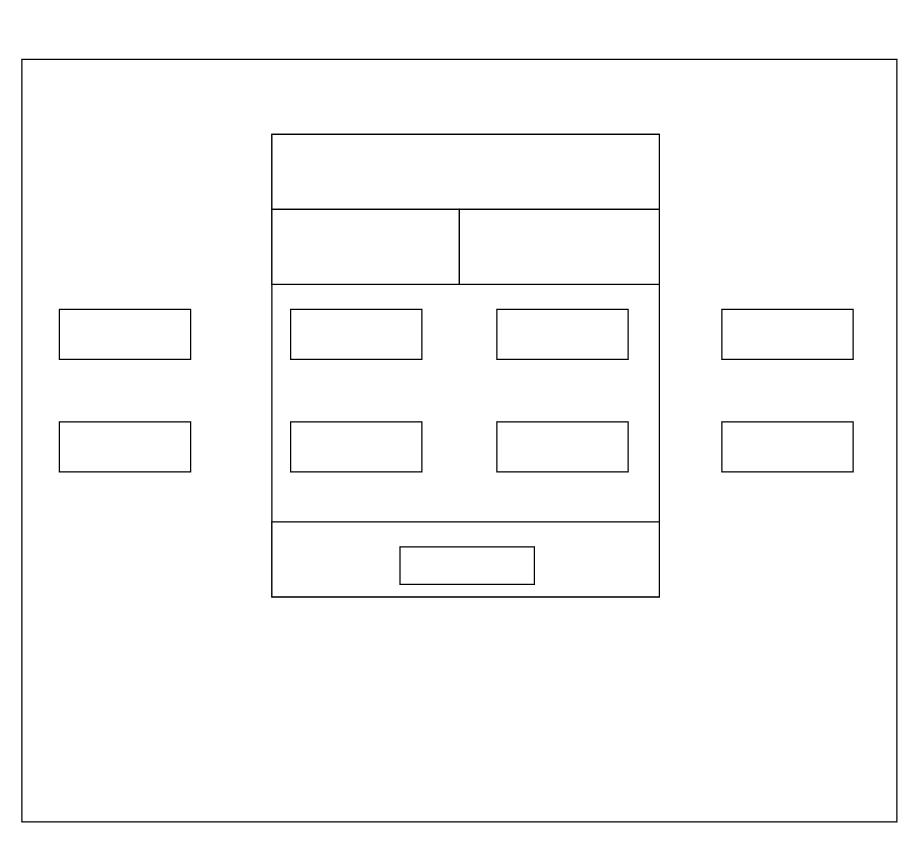
yindongjun/drawio-3 keeps this draw.io diagram as 通用操作日志图.drawio. Above is the earlier version. Source tidied: cells renumbered, new cells numbered last; positions are measured from the earlier drawing's top-left corner, leaving out a move shared by most shapes. Both pictures are drawn from the tidied source at 125%, with x=0, y=0 at pixel (21, 59).
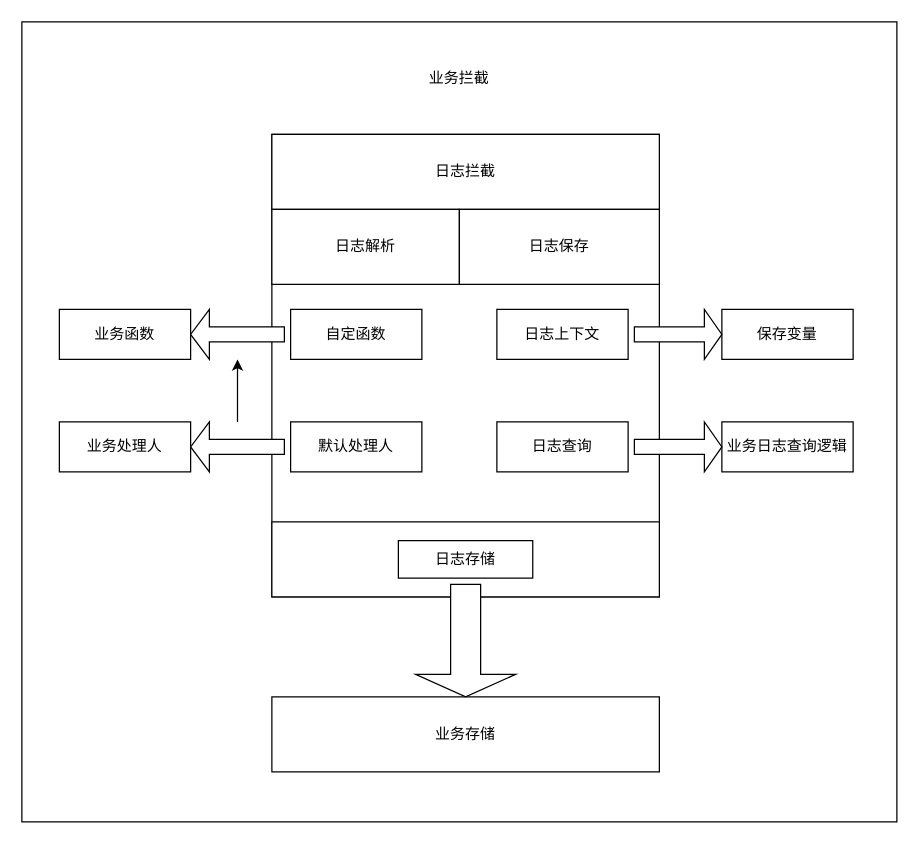
Above is the later version.

Commit message (it also covers changes not shown here):
Update 通用操作日志图.drawio

Diff of the diagram source:
```diff
@@
     <mxCell id="2" style="rounded=0;whiteSpace=wrap;html=1;" parent="1" vertex="1">
-      <mxGeometry width="700" height="610" as="geometry" />
+      <mxGeometry y="-30" width="700" height="640" as="geometry" />
     </mxCell>
@@
-    <mxCell id="4" style="rounded=0;whiteSpace=wrap;html=1;" parent="1" vertex="1">
+    <mxCell id="4" value="日志拦截" style="rounded=0;whiteSpace=wrap;html=1;" parent="1" vertex="1">
       <mxGeometry x="200" y="60" width="310" height="60" as="geometry" />
     </mxCell>
-    <mxCell id="5" style="rounded=0;whiteSpace=wrap;html=1;" parent="1" vertex="1">
+    <mxCell id="5" value="日志解析" style="rounded=0;whiteSpace=wrap;html=1;" parent="1" vertex="1">
       <mxGeometry x="200" y="120" width="150" height="60" as="geometry" />
     </mxCell>
-    <mxCell id="6" style="rounded=0;whiteSpace=wrap;html=1;" parent="1" vertex="1">
+    <mxCell id="6" value="日志保存" style="rounded=0;whiteSpace=wrap;html=1;" parent="1" vertex="1">
       <mxGeometry x="350" y="120" width="160" height="60" as="geometry" />
     </mxCell>
@@
-    <mxCell id="8" style="rounded=0;whiteSpace=wrap;html=1;" parent="1" vertex="1">
+    <mxCell id="8" value="自定函数" style="rounded=0;whiteSpace=wrap;html=1;" parent="1" vertex="1">
       <mxGeometry x="215" y="200" width="105" height="40" as="geometry" />
     </mxCell>
-    <mxCell id="9" style="rounded=0;whiteSpace=wrap;html=1;" parent="1" vertex="1">
+    <mxCell id="9" value="默认处理人" style="rounded=0;whiteSpace=wrap;html=1;" parent="1" vertex="1">
       <mxGeometry x="215" y="290" width="105" height="40" as="geometry" />
     </mxCell>
-    <mxCell id="10" style="rounded=0;whiteSpace=wrap;html=1;" parent="1" vertex="1">
+    <mxCell id="10" value="日志上下文" style="rounded=0;whiteSpace=wrap;html=1;" parent="1" vertex="1">
       <mxGeometry x="380" y="200" width="105" height="40" as="geometry" />
     </mxCell>
-    <mxCell id="11" style="rounded=0;whiteSpace=wrap;html=1;" parent="1" vertex="1">
+    <mxCell id="11" value="日志查询" style="rounded=0;whiteSpace=wrap;html=1;" parent="1" vertex="1">
       <mxGeometry x="380" y="290" width="105" height="40" as="geometry" />
     </mxCell>
-    <mxCell id="12" style="rounded=0;whiteSpace=wrap;html=1;" parent="1" vertex="1">
-      <mxGeometry x="302.5" y="390" width="107.5" height="30" as="geometry" />
+    <mxCell id="12" value="日志存储" style="rounded=0;whiteSpace=wrap;html=1;" parent="1" vertex="1">
+      <mxGeometry x="301.2" y="385" width="107.5" height="30" as="geometry" />
     </mxCell>
-    <mxCell id="13" style="rounded=0;whiteSpace=wrap;html=1;" parent="1" vertex="1">
+    <mxCell id="13" value="业务函数" style="rounded=0;whiteSpace=wrap;html=1;" parent="1" vertex="1">
       <mxGeometry x="30" y="200" width="105" height="40" as="geometry" />
     </mxCell>
-    <mxCell id="14" style="rounded=0;whiteSpace=wrap;html=1;" parent="1" vertex="1">
+    <mxCell id="14" value="业务处理人" style="rounded=0;whiteSpace=wrap;html=1;" parent="1" vertex="1">
       <mxGeometry x="30" y="290" width="105" height="40" as="geometry" />
     </mxCell>
-    <mxCell id="15" style="rounded=0;whiteSpace=wrap;html=1;" parent="1" vertex="1">
+    <mxCell id="15" value="保存变量" style="rounded=0;whiteSpace=wrap;html=1;" parent="1" vertex="1">
       <mxGeometry x="560" y="200" width="105" height="40" as="geometry" />
     </mxCell>
-    <mxCell id="16" style="rounded=0;whiteSpace=wrap;html=1;" parent="1" vertex="1">
+    <mxCell id="16" value="业务日志查询逻辑" style="rounded=0;whiteSpace=wrap;html=1;" parent="1" vertex="1">
       <mxGeometry x="560" y="290" width="105" height="40" as="geometry" />
     </mxCell>
+    <mxCell id="17" value="业务存储" style="rounded=0;whiteSpace=wrap;html=1;" parent="1" vertex="1">
+      <mxGeometry x="200" y="510" width="310" height="60" as="geometry" />
+    </mxCell>
+    <mxCell id="18" value="业务拦截" style="text;html=1;strokeColor=none;fillColor=none;align=center;verticalAlign=middle;whiteSpace=wrap;rounded=0;" parent="1" vertex="1">
+      <mxGeometry x="295" width="110" height="30" as="geometry" />
+    </mxCell>
+    <mxCell id="19" style="shape=singleArrow;whiteSpace=wrap;html=1;" parent="1" vertex="1">
+      <mxGeometry x="490" y="200" width="70" height="40" as="geometry" />
+    </mxCell>
+    <mxCell id="20" style="shape=singleArrow;whiteSpace=wrap;html=1;" parent="1" vertex="1">
+      <mxGeometry x="490" y="290" width="70" height="40" as="geometry" />
+    </mxCell>
+    <mxCell id="21" style="shape=singleArrow;direction=west;whiteSpace=wrap;html=1;" parent="1" vertex="1">
+      <mxGeometry x="135" y="200" width="75" height="40" as="geometry" />
+    </mxCell>
+    <mxCell id="22" style="edgeStyle=orthogonalEdgeStyle;rounded=0;jettySize=auto;html=1;" parent="1" edge="1" source="23" target="21">
+      <mxGeometry relative="1" as="geometry" />
+    </mxCell>
+    <mxCell id="23" style="shape=singleArrow;direction=west;whiteSpace=wrap;html=1;" parent="1" vertex="1">
+      <mxGeometry x="135" y="290" width="75" height="40" as="geometry" />
+    </mxCell>
+    <mxCell id="24" style="shape=singleArrow;direction=south;whiteSpace=wrap;html=1;" parent="1" vertex="1">
+      <mxGeometry x="315" y="420" width="80" height="90" as="geometry" />
+    </mxCell>
```
